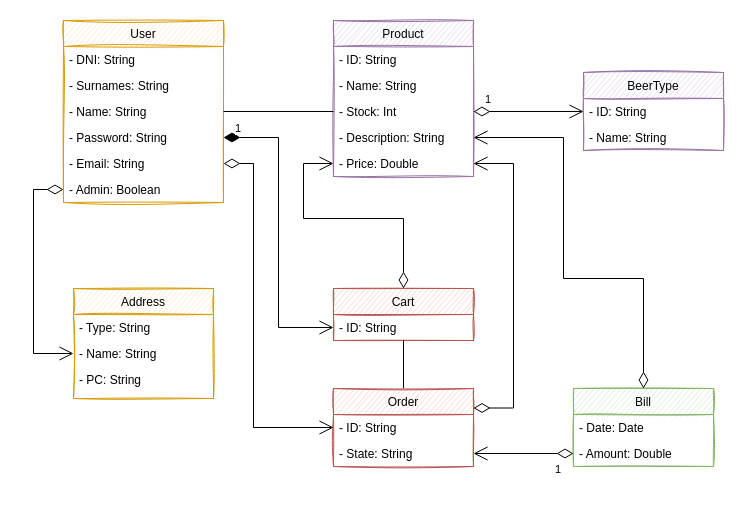
Before: _documentacion/diagrama.drawio in JosueGarciaAsensi/DSS, a draw.io diagram. Source tidied: cells renumbered, new cells numbered last; positions are measured from the earlier drawing's top-left corner, leaving out a move shared by most shapes. Both pictures are drawn from the tidied source at 100%, with x=0, y=0 at pixel (33, 20).
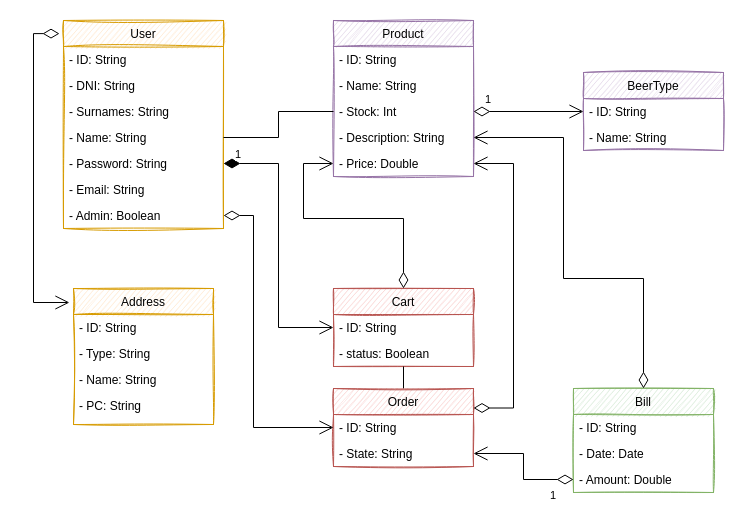
The same diagram, later.

The change refers to these unchanged cells:
```xml
<mxCell id="26" value="- ID: String" style="text;strokeColor=none;fillColor=none;align=left;verticalAlign=top;spacingLeft=4;spacingRight=4;overflow=hidden;points=[[0,0.5],[1,0.5]];portConstraint=eastwest;" parent="25" vertex="1">
  <mxGeometry y="26" width="140" height="26" as="geometry" />
</mxCell>
```

The edit, as a diff of the source:
```diff
@@
     <mxCell id="2" value="User" style="swimlane;fontStyle=0;align=center;verticalAlign=top;horizontal=1;startSize=26;rounded=0;shadow=0;strokeWidth=1;fillColor=#ffe6cc;strokeColor=#d79b00;sketch=1;" parent="1" vertex="1">
-      <mxGeometry x="30" width="160" height="182" as="geometry" />
+      <mxGeometry x="30" width="160" height="208" as="geometry" />
     </mxCell>
+    <mxCell id="40" value="- ID: String" style="text;strokeColor=none;fillColor=none;align=left;verticalAlign=top;spacingLeft=4;spacingRight=4;overflow=hidden;" parent="2" vertex="1">
+      <mxGeometry y="26" width="160" height="26" as="geometry" />
+    </mxCell>
     <mxCell id="3" value="- DNI: String" style="text;align=left;verticalAlign=top;spacingLeft=4;spacingRight=4;overflow=hidden;" parent="2" vertex="1">
-      <mxGeometry y="26" width="160" height="26" as="geometry" />
+      <mxGeometry y="52" width="160" height="26" as="geometry" />
     </mxCell>
     <mxCell id="4" value="- Surnames: String" style="text;align=left;verticalAlign=top;spacingLeft=4;spacingRight=4;overflow=hidden;rounded=0;shadow=0;html=0;" parent="2" vertex="1">
-      <mxGeometry y="52" width="160" height="26" as="geometry" />
+      <mxGeometry y="78" width="160" height="26" as="geometry" />
     </mxCell>
     <mxCell id="5" value="- Name: String" style="text;align=left;verticalAlign=top;spacingLeft=4;spacingRight=4;overflow=hidden;points=[[0,0.5],[1,0.5]];portConstraint=eastwest;rounded=0;shadow=0;html=0;" parent="2" vertex="1">
-      <mxGeometry y="78" width="160" height="26" as="geometry" />
+      <mxGeometry y="104" width="160" height="26" as="geometry" />
     </mxCell>
     <mxCell id="6" value="- Password: String" style="text;align=left;verticalAlign=top;spacingLeft=4;spacingRight=4;overflow=hidden;points=[[0,0.5],[1,0.5]];portConstraint=eastwest;rounded=0;shadow=0;html=0;" parent="2" vertex="1">
-      <mxGeometry y="104" width="160" height="26" as="geometry" />
+      <mxGeometry y="130" width="160" height="26" as="geometry" />
     </mxCell>
     <mxCell id="7" value="- Email: String" style="text;align=left;verticalAlign=top;spacingLeft=4;spacingRight=4;overflow=hidden;points=[[0,0.5],[1,0.5]];portConstraint=eastwest;rounded=0;shadow=0;html=0;" parent="2" vertex="1">
-      <mxGeometry y="130" width="160" height="26" as="geometry" />
+      <mxGeometry y="156" width="160" height="26" as="geometry" />
     </mxCell>
     <mxCell id="8" value="- Admin: Boolean" style="text;align=left;verticalAlign=top;spacingLeft=4;spacingRight=4;overflow=hidden;points=[[0,0.5],[1,0.5]];portConstraint=eastwest;rounded=0;shadow=0;html=0;" parent="2" vertex="1">
-      <mxGeometry y="156" width="160" height="26" as="geometry" />
+      <mxGeometry y="182" width="160" height="26" as="geometry" />
     </mxCell>
     <mxCell id="9" value="Address" style="swimlane;fontStyle=0;horizontal=1;startSize=26;fillColor=#ffe6cc;strokeColor=#d79b00;sketch=1;" parent="1" vertex="1">
-      <mxGeometry x="40" y="268" width="140" height="110" as="geometry" />
+      <mxGeometry x="40" y="268" width="140" height="136" as="geometry" />
     </mxCell>
+    <mxCell id="41" value="- ID: String" style="text;strokeColor=none;fillColor=none;align=left;verticalAlign=top;spacingLeft=4;spacingRight=4;overflow=hidden;" parent="9" vertex="1">
+      <mxGeometry y="26" width="140" height="26" as="geometry" />
+    </mxCell>
     <mxCell id="10" value="- Type: String" style="text;strokeColor=none;fillColor=none;align=left;verticalAlign=top;spacingLeft=4;spacingRight=4;overflow=hidden;" parent="9" vertex="1">
-      <mxGeometry y="26" width="140" height="26" as="geometry" />
+      <mxGeometry y="52" width="140" height="26" as="geometry" />
     </mxCell>
     <mxCell id="11" value="- Name: String" style="text;strokeColor=none;fillColor=none;align=left;verticalAlign=top;spacingLeft=4;spacingRight=4;overflow=hidden;points=[[0,0.5],[1,0.5]];portConstraint=eastwest;" parent="9" vertex="1">
-      <mxGeometry y="52" width="140" height="26" as="geometry" />
+      <mxGeometry y="78" width="140" height="26" as="geometry" />
     </mxCell>
     <mxCell id="12" value="- PC: String" style="text;strokeColor=none;fillColor=none;align=left;verticalAlign=top;spacingLeft=4;spacingRight=4;overflow=hidden;" parent="9" vertex="1">
-      <mxGeometry y="78" width="140" height="32" as="geometry" />
+      <mxGeometry y="104" width="140" height="32" as="geometry" />
     </mxCell>
@@
     <mxCell id="22" value="Cart" style="swimlane;fontStyle=0;horizontal=1;startSize=26;fillColor=#f8cecc;strokeColor=#b85450;sketch=1;" parent="1" vertex="1">
-      <mxGeometry x="300" y="268" width="140" height="52" as="geometry" />
+      <mxGeometry x="300" y="268" width="140" height="78" as="geometry" />
     </mxCell>
@@
+    <mxCell id="42" value="- status: Boolean" style="text;strokeColor=none;fillColor=none;align=left;verticalAlign=top;spacingLeft=4;spacingRight=4;overflow=hidden;" parent="22" vertex="1">
+      <mxGeometry y="52" width="140" height="26" as="geometry" />
+    </mxCell>
@@
     <mxCell id="28" value="Bill" style="swimlane;fontStyle=0;horizontal=1;startSize=26;fillColor=#d5e8d4;strokeColor=#82b366;sketch=1;" parent="1" vertex="1">
-      <mxGeometry x="540" y="368" width="140" height="78" as="geometry" />
+      <mxGeometry x="540" y="368" width="140" height="104" as="geometry" />
     </mxCell>
+    <mxCell id="43" value="- ID: String" style="text;strokeColor=none;fillColor=none;align=left;verticalAlign=top;spacingLeft=4;spacingRight=4;overflow=hidden;" parent="28" vertex="1">
+      <mxGeometry y="26" width="140" height="26" as="geometry" />
+    </mxCell>
     <mxCell id="29" value="- Date: Date" style="text;strokeColor=none;fillColor=none;align=left;verticalAlign=top;spacingLeft=4;spacingRight=4;overflow=hidden;" parent="28" vertex="1">
-      <mxGeometry y="26" width="140" height="26" as="geometry" />
+      <mxGeometry y="52" width="140" height="26" as="geometry" />
     </mxCell>
     <mxCell id="30" value="- Amount: Double" style="text;strokeColor=none;fillColor=none;align=left;verticalAlign=top;spacingLeft=4;spacingRight=4;overflow=hidden;points=[[0,0.5],[1,0.5]];portConstraint=eastwest;" parent="28" vertex="1">
-      <mxGeometry y="52" width="140" height="26" as="geometry" />
+      <mxGeometry y="78" width="140" height="26" as="geometry" />
     </mxCell>
@@
-    <mxCell id="36" style="endArrow=open;html=1;endSize=12;startArrow=diamondThin;startSize=14;startFill=0;edgeStyle=orthogonalEdgeStyle;align=left;verticalAlign=bottom;rounded=0;exitX=1;exitY=0.5;exitDx=0;exitDy=0;entryX=0;entryY=0.5;entryDx=0;entryDy=0;" parent="1" edge="1" source="7" target="26">
+    <mxCell id="36" style="endArrow=open;html=1;endSize=12;startArrow=diamondThin;startSize=14;startFill=0;edgeStyle=orthogonalEdgeStyle;align=left;verticalAlign=bottom;rounded=0;exitX=1;exitY=0.5;exitDx=0;exitDy=0;entryX=0;entryY=0.5;entryDx=0;entryDy=0;" parent="1" edge="1" source="8" target="26">
       <mxGeometry x="-0.71" y="-20" relative="1" as="geometry">
         <Array as="points">
-          <mxPoint x="220" y="143" />
+          <mxPoint x="220" y="195" />
           <mxPoint x="220" y="407" />
         </Array>
       </mxGeometry>
     </mxCell>
-    <mxCell id="37" style="endArrow=open;html=1;endSize=12;startArrow=diamondThin;startSize=14;startFill=0;edgeStyle=orthogonalEdgeStyle;align=left;verticalAlign=bottom;rounded=0;exitX=0;exitY=0.5;exitDx=0;exitDy=0;entryX=0;entryY=0.5;entryDx=0;entryDy=0;" parent="1" edge="1" source="8" target="11">
+    <mxCell id="37" style="endArrow=open;html=1;endSize=12;startArrow=diamondThin;startSize=14;startFill=0;edgeStyle=orthogonalEdgeStyle;align=left;verticalAlign=bottom;rounded=0;exitX=-0.025;exitY=0.063;exitDx=0;exitDy=0;entryX=-0.029;entryY=0.103;entryDx=0;entryDy=0;entryPerimeter=0;exitPerimeter=0;" parent="1" edge="1" source="2" target="9">
       <mxGeometry x="-0.74" y="-10" relative="1" as="geometry">
         <Array as="points">
-          <mxPoint y="169" />
-          <mxPoint y="333" />
+          <mxPoint y="13" />
+          <mxPoint y="282" />
         </Array>
       </mxGeometry>
     </mxCell>
```
